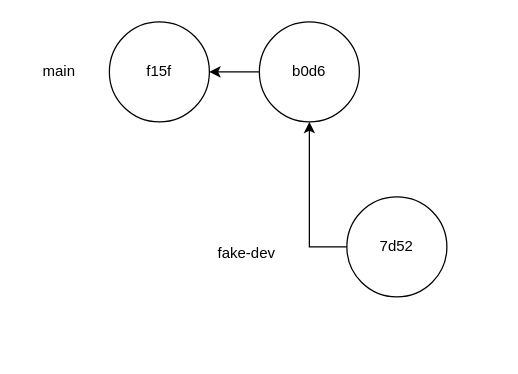
This is .github/gitversion.drawio from bcgov/zeva2, a draw.io file, before an edit. Source tidied: cells renumbered, new cells numbered last; positions are measured from the earlier drawing's top-left corner, leaving out a move shared by most shapes. Both pictures are drawn from the tidied source at 125%, with x=0, y=0 at pixel (21, 21).
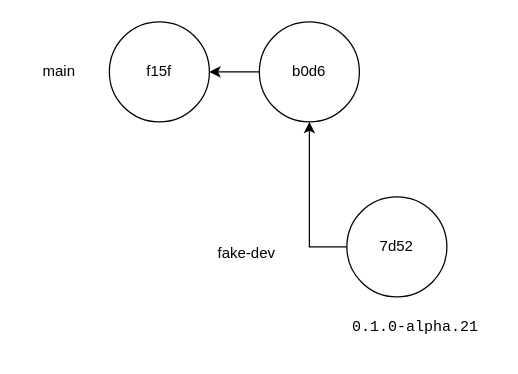
The same diagram, later.

Diff of the diagram source:
```diff
@@
 <mxGraphModel>
   <root>
     <mxCell id="0" />
     <mxCell id="1" parent="0" />
     <mxCell id="2" style="edgeStyle=orthogonalEdgeStyle;rounded=0;jettySize=auto;html=1;exitX=0;exitY=0.5;exitDx=0;exitDy=0;entryX=1;entryY=0.5;entryDx=0;entryDy=0;" parent="1" edge="1" source="3" target="4">
       <mxGeometry relative="1" as="geometry" />
     </mxCell>
     <mxCell id="3" value="b0d6" style="ellipse;whiteSpace=wrap;html=1;" parent="1" vertex="1">
       <mxGeometry x="190" width="80" height="80" as="geometry" />
     </mxCell>
     <mxCell id="4" value="f15f" style="ellipse;whiteSpace=wrap;html=1;" parent="1" vertex="1">
       <mxGeometry x="70" width="80" height="80" as="geometry" />
     </mxCell>
     <mxCell id="5" value="main" style="text;html=1;align=center;verticalAlign=middle;whiteSpace=wrap;rounded=0;" parent="1" vertex="1">
       <mxGeometry y="25" width="60" height="30" as="geometry" />
     </mxCell>
     <mxCell id="6" style="edgeStyle=orthogonalEdgeStyle;rounded=0;jettySize=auto;html=1;exitX=0;exitY=0.5;exitDx=0;exitDy=0;entryX=0.5;entryY=1;entryDx=0;entryDy=0;" parent="1" edge="1" source="7" target="3">
       <mxGeometry relative="1" as="geometry" />
     </mxCell>
     <mxCell id="7" value="7d52" style="ellipse;whiteSpace=wrap;html=1;" parent="1" vertex="1">
       <mxGeometry x="260" y="140" width="80" height="80" as="geometry" />
     </mxCell>
     <mxCell id="8" value="fake-dev" style="text;html=1;align=center;verticalAlign=middle;whiteSpace=wrap;rounded=0;" parent="1" vertex="1">
       <mxGeometry x="150" y="170" width="60" height="30" as="geometry" />
     </mxCell>
+    <mxCell id="9" value="&lt;pre style=&quot;color: rgb(0, 0, 0); font-style: normal; font-variant-ligatures: normal; font-variant-caps: normal; font-weight: 400; letter-spacing: normal; orphans: 2; text-align: start; text-indent: 0px; text-transform: none; widows: 2; word-spacing: 0px; -webkit-text-stroke-width: 0px; text-decoration-thickness: initial; text-decoration-style: initial; text-decoration-color: initial; overflow-wrap: break-word; white-space: pre-wrap;&quot;&gt;0.1.0-alpha.21&lt;/pre&gt;" style="text;html=1;align=center;verticalAlign=middle;whiteSpace=wrap;rounded=0;" parent="1" vertex="1">
+      <mxGeometry x="250" y="230" width="130" height="30" as="geometry" />
+    </mxCell>
   </root>
 </mxGraphModel>
```
